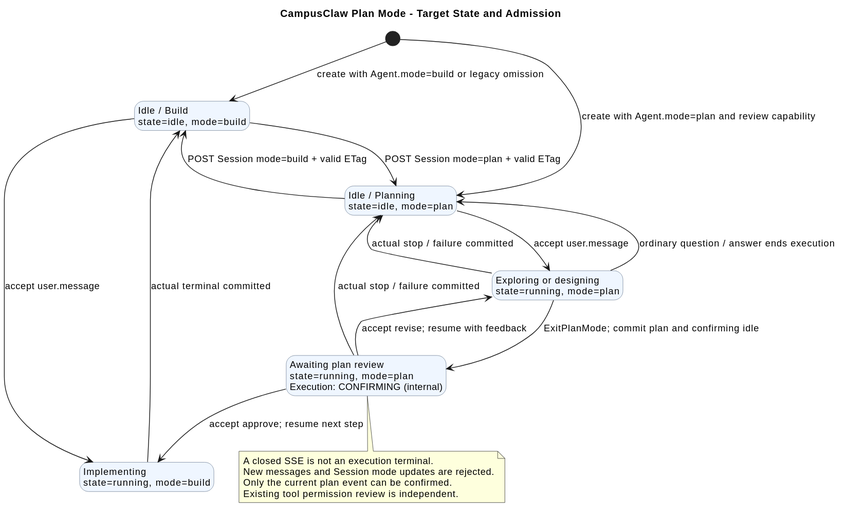
Before: 01-总体架构/06-CampusClaw计划模式/plan_mode_state.svg, a diagram exported from PlantUML (ssm0808/pi-mono-java-design).
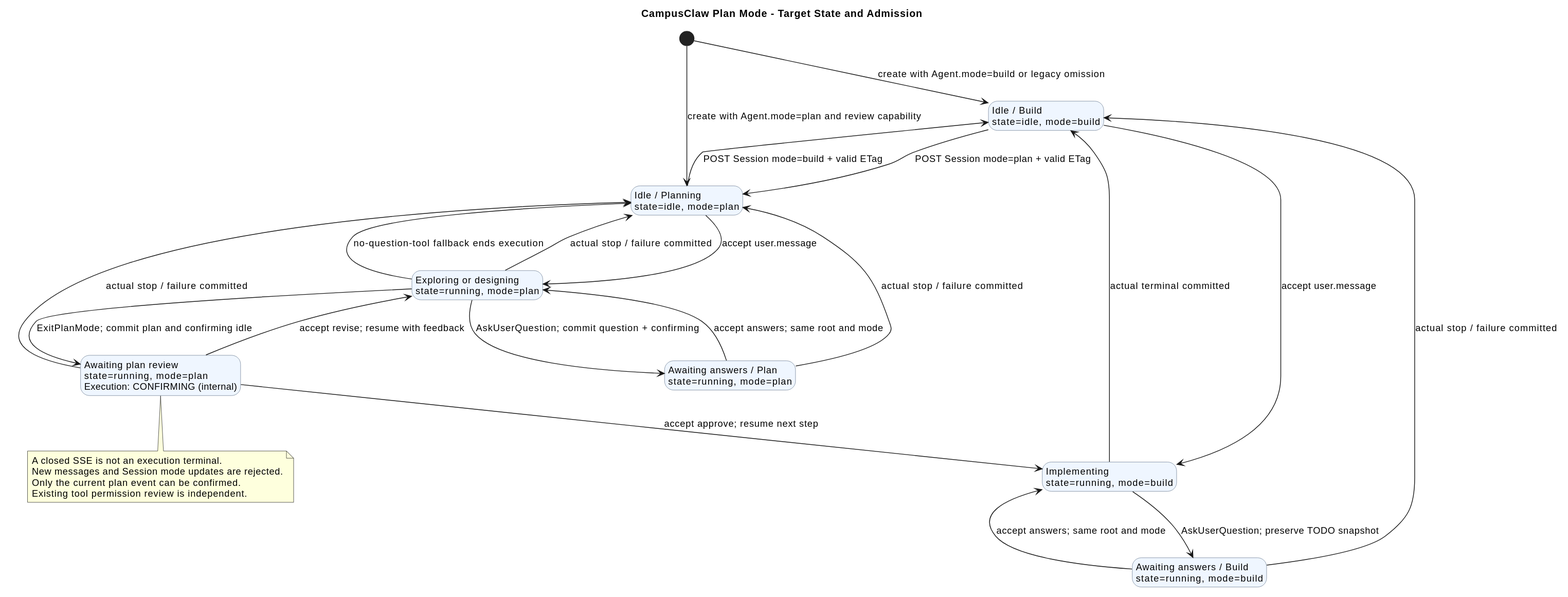
Later version of the same file.

Change to the diagram source:
```diff
@@ -13,13 +13,21 @@
 state "Exploring or designing\nstate=running, mode=plan" as Planning
 state "Awaiting plan review\nstate=running, mode=plan\nExecution: CONFIRMING (internal)" as Reviewing
 state "Implementing\nstate=running, mode=build" as Implementing
+state "Awaiting answers / Plan\nstate=running, mode=plan" as AskingPlan
+state "Awaiting answers / Build\nstate=running, mode=build" as AskingBuild
 
 [*] --> Normal : create with Agent.mode=build or legacy omission
 [*] --> PlanIdle : create with Agent.mode=plan and review capability
 Normal --> PlanIdle : POST Session mode=plan + valid ETag
 PlanIdle --> Normal : POST Session mode=build + valid ETag
 PlanIdle --> Planning : accept user.message
-Planning --> PlanIdle : ordinary question / answer ends execution
+Planning --> AskingPlan : AskUserQuestion; commit question + confirming
+AskingPlan --> Planning : accept answers; same root and mode
+Implementing --> AskingBuild : AskUserQuestion; preserve TODO snapshot
+AskingBuild --> Implementing : accept answers; same root and mode
+AskingPlan --> PlanIdle : actual stop / failure committed
+AskingBuild --> Normal : actual stop / failure committed
+Planning --> PlanIdle : no-question-tool fallback ends execution
 Planning --> Reviewing : ExitPlanMode; commit plan and confirming idle
 Reviewing --> Planning : accept revise; resume with feedback
 Reviewing --> Implementing : accept approve; resume next step
```
